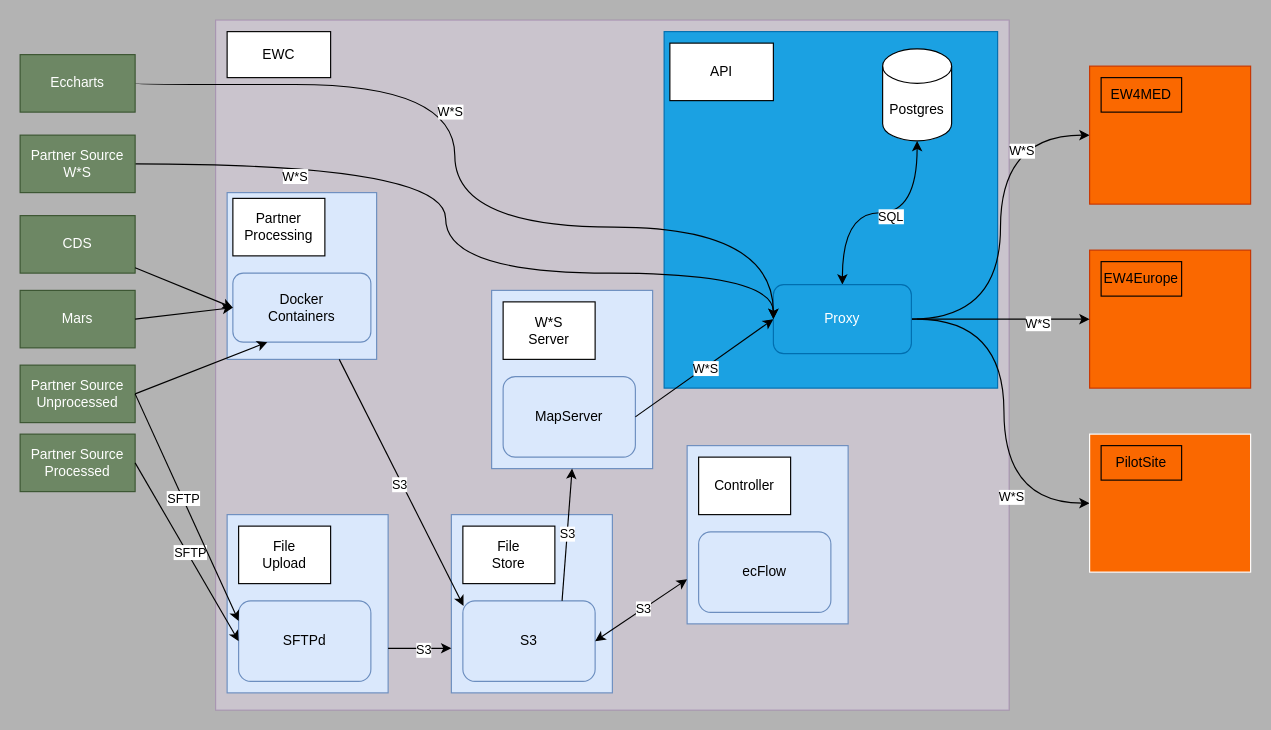
Earlier version of the draw.io diagram gobeyond-api-tech.drawio (ec-snee/draw-io). Source tidied: cells renumbered, new cells numbered last; positions are measured from the earlier drawing's top-left corner, leaving out a move shared by most shapes. Both pictures are drawn from the tidied source at 115%, with x=0, y=0 at pixel (20, 20).
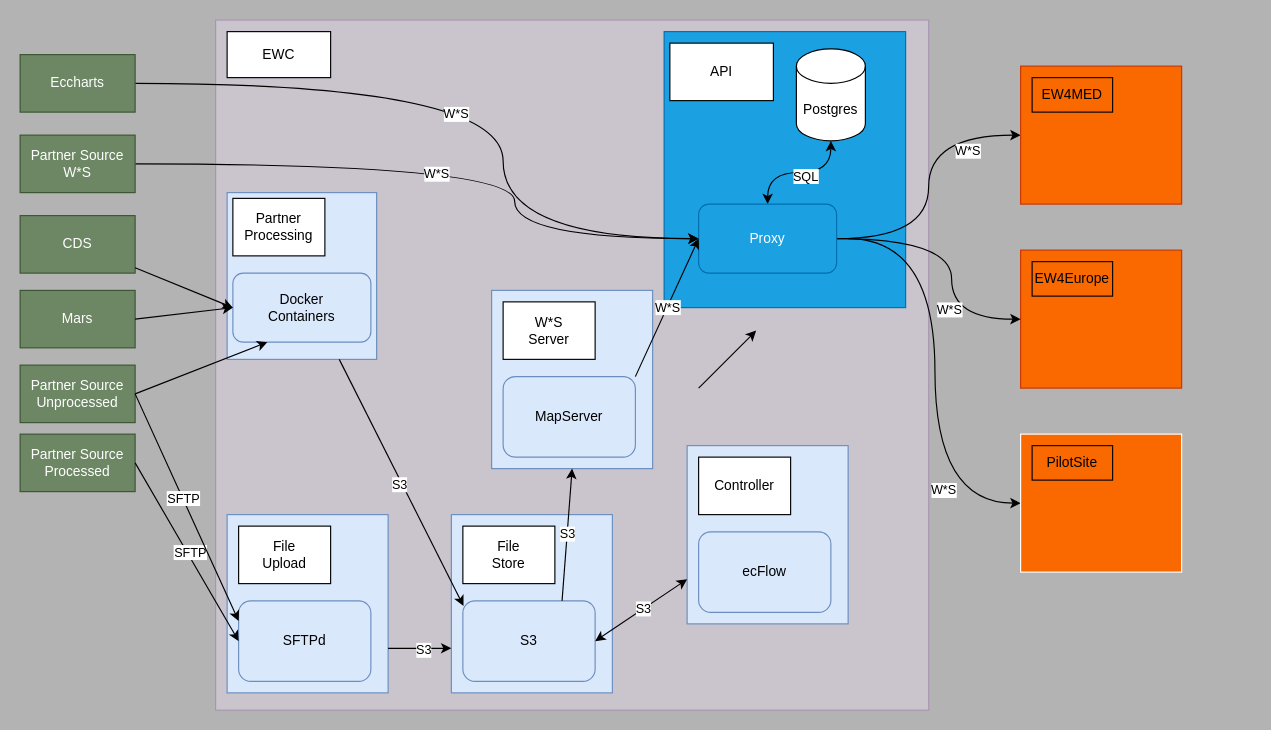
The same page after the edit.

Commit message:
Reduced width

The change refers to these unchanged cells:
```xml
<mxCell id="33" value="Partner Source&lt;br&gt;W*S" style="rounded=0;whiteSpace=wrap;html=1;fillColor=#6d8764;fontColor=#ffffff;strokeColor=#3A5431;" parent="1" vertex="1">
  <mxGeometry y="100" width="100" height="50" as="geometry" />
</mxCell>
<mxCell id="36" value="Eccharts" style="rounded=0;whiteSpace=wrap;html=1;fillColor=#6d8764;fontColor=#ffffff;strokeColor=#3A5431;" parent="1" vertex="1">
  <mxGeometry y="30" width="100" height="50" as="geometry" />
</mxCell>
<mxCell id="46" value="MapServer" style="rounded=1;whiteSpace=wrap;html=1;fillColor=#dae8fc;strokeColor=#6c8ebf;" parent="1" vertex="1">
  <mxGeometry x="420" y="310" width="115" height="70" as="geometry" />
</mxCell>
```

The edit, as a diff of the source:
```diff
@@
     <mxCell id="2" style="rounded=0;whiteSpace=wrap;html=1;fillColor=#e1d5e7;strokeColor=#9673a6;opacity=50;" parent="1" vertex="1">
-      <mxGeometry x="170" width="690" height="600" as="geometry" />
+      <mxGeometry x="170" width="620" height="600" as="geometry" />
     </mxCell>
@@
     <mxCell id="4" style="rounded=0;whiteSpace=wrap;html=1;fillColor=#1ba1e2;strokeColor=#006EAF;fontColor=#ffffff;" parent="1" vertex="1">
-      <mxGeometry x="560" y="10" width="290" height="310" as="geometry" />
+      <mxGeometry x="560" y="10" width="210" height="240" as="geometry" />
     </mxCell>
@@
     <mxCell id="8" style="rounded=0;whiteSpace=wrap;html=1;fillColor=#fa6800;fontColor=#000000;strokeColor=#C73500;" parent="1" vertex="1">
-      <mxGeometry x="930" y="40" width="140" height="120" as="geometry" />
+      <mxGeometry x="870" y="40" width="140" height="120" as="geometry" />
     </mxCell>
     <mxCell id="9" value="EW4MED" style="rounded=0;whiteSpace=wrap;html=1;fillColor=#fa6800;fontColor=#000000;strokeColor=#000000;" parent="1" vertex="1">
-      <mxGeometry x="940" y="50" width="70" height="30" as="geometry" />
+      <mxGeometry x="880" y="50" width="70" height="30" as="geometry" />
     </mxCell>
     <mxCell id="10" style="rounded=0;whiteSpace=wrap;html=1;fillColor=#fa6800;fontColor=#000000;strokeColor=#C73500;" parent="1" vertex="1">
-      <mxGeometry x="930" y="200" width="140" height="120" as="geometry" />
+      <mxGeometry x="870" y="200" width="140" height="120" as="geometry" />
     </mxCell>
     <mxCell id="11" value="EW4Europe" style="rounded=0;whiteSpace=wrap;html=1;fillColor=#fa6800;fontColor=#000000;strokeColor=#000000;" parent="1" vertex="1">
-      <mxGeometry x="940" y="210" width="70" height="30" as="geometry" />
+      <mxGeometry x="880" y="210" width="70" height="30" as="geometry" />
     </mxCell>
     <mxCell id="12" style="edgeStyle=orthogonalEdgeStyle;rounded=0;jettySize=auto;html=1;entryX=0;entryY=0.5;entryDx=0;entryDy=0;curved=1;" parent="1" edge="1" target="14">
       <mxGeometry relative="1" as="geometry">
-        <mxPoint x="780" y="260" as="sourcePoint" />
+        <mxPoint x="720" y="190" as="sourcePoint" />
       </mxGeometry>
     </mxCell>
@@
     <mxCell id="14" style="rounded=0;whiteSpace=wrap;html=1;fillColor=#fa6800;fontColor=#000000;strokeColor=#FFFFFF;" parent="1" vertex="1">
-      <mxGeometry x="930" y="360" width="140" height="120" as="geometry" />
+      <mxGeometry x="870" y="360" width="140" height="120" as="geometry" />
     </mxCell>
     <mxCell id="15" value="PilotSite" style="rounded=0;whiteSpace=wrap;html=1;fillColor=#fa6800;fontColor=#000000;strokeColor=#000000;" parent="1" vertex="1">
-      <mxGeometry x="940" y="370" width="70" height="30" as="geometry" />
+      <mxGeometry x="880" y="370" width="70" height="30" as="geometry" />
     </mxCell>
@@
     <mxCell id="18" style="edgeStyle=orthogonalEdgeStyle;rounded=1;jettySize=auto;html=1;exitX=1;exitY=0.5;exitDx=0;exitDy=0;entryX=0;entryY=0.5;entryDx=0;entryDy=0;curved=1;" parent="1" edge="1" source="20" target="10">
-      <mxGeometry relative="1" as="geometry" />
+      <mxGeometry relative="1" as="geometry">
+        <Array as="points">
+          <mxPoint x="810" y="190" />
+          <mxPoint x="810" y="260" />
+        </Array>
+      </mxGeometry>
     </mxCell>
@@
     <mxCell id="20" value="Proxy" style="rounded=1;whiteSpace=wrap;html=1;fillColor=#1ba1e2;fontColor=#ffffff;strokeColor=#006EAF;" parent="1" vertex="1">
-      <mxGeometry x="655" y="230" width="120" height="60" as="geometry" />
+      <mxGeometry x="590" y="160" width="120" height="60" as="geometry" />
     </mxCell>
@@
-    <mxCell id="31" style="edgeStyle=orthogonalEdgeStyle;rounded=0;jettySize=auto;html=1;exitX=1;exitY=0.5;exitDx=0;exitDy=0;curved=1;entryX=0;entryY=0.5;entryDx=0;entryDy=0;" parent="1" edge="1" source="33" target="20">
-      <mxGeometry relative="1" as="geometry">
-        <Array as="points">
-          <mxPoint x="370" y="125" />
-          <mxPoint x="370" y="220" />
-          <mxPoint x="655" y="220" />
-        </Array>
-      </mxGeometry>
-    </mxCell>
-    <mxCell id="32" value="W*S" style="edgeLabel;html=1;align=center;verticalAlign=middle;" parent="31" vertex="1">
-      <mxGeometry x="-0.6" y="-10" relative="1" as="geometry" />
-    </mxCell>
+    <mxCell id="64" style="edgeStyle=orthogonalEdgeStyle;rounded=0;jettySize=auto;html=1;exitX=1;exitY=0.5;exitDx=0;exitDy=0;curved=1;" parent="1" edge="1" source="33">
+      <mxGeometry relative="1" as="geometry">
+        <mxPoint x="590" y="190" as="targetPoint" />
+        <Array as="points">
+          <mxPoint x="430" y="125" />
+          <mxPoint x="430" y="190" />
+        </Array>
+      </mxGeometry>
+    </mxCell>
+    <mxCell id="65" value="W*S" style="edgeLabel;html=1;align=center;verticalAlign=middle;" parent="64" vertex="1">
+      <mxGeometry x="-0.06" y="-8" relative="1" as="geometry" />
+    </mxCell>
@@
-    <mxCell id="34" style="edgeStyle=orthogonalEdgeStyle;rounded=0;jettySize=auto;html=1;exitX=1;exitY=0.5;exitDx=0;exitDy=0;curved=1;entryX=0;entryY=0.5;entryDx=0;entryDy=0;" parent="1" edge="1" target="20">
-      <mxGeometry relative="1" as="geometry">
-        <mxPoint x="100" y="55" as="sourcePoint" />
-        <Array as="points">
-          <mxPoint x="100" y="56" />
-          <mxPoint x="378" y="56" />
-          <mxPoint x="378" y="180" />
-          <mxPoint x="655" y="180" />
-        </Array>
-      </mxGeometry>
-    </mxCell>
-    <mxCell id="35" value="W*S" style="edgeLabel;html=1;align=center;verticalAlign=middle;" parent="34" vertex="1">
-      <mxGeometry x="-0.28" y="-23" relative="1" as="geometry" />
-    </mxCell>
+    <mxCell id="66" style="edgeStyle=orthogonalEdgeStyle;rounded=0;jettySize=auto;html=1;exitX=1;exitY=0.5;exitDx=0;exitDy=0;entryX=0;entryY=0.5;entryDx=0;entryDy=0;curved=1;" parent="1" edge="1" source="36" target="20">
+      <mxGeometry relative="1" as="geometry">
+        <Array as="points">
+          <mxPoint x="420" y="55" />
+          <mxPoint x="420" y="190" />
+        </Array>
+      </mxGeometry>
+    </mxCell>
+    <mxCell id="67" value="W*S" style="edgeLabel;html=1;align=center;verticalAlign=middle;" parent="66" vertex="1">
+      <mxGeometry x="-0.11" y="-25" relative="1" as="geometry">
+        <mxPoint y="1" as="offset" />
+      </mxGeometry>
+    </mxCell>
@@
-    <mxCell id="53" style="endArrow=classic;html=1;rounded=0;entryX=0;entryY=0.5;entryDx=0;entryDy=0;exitX=1;exitY=0.5;exitDx=0;exitDy=0;" parent="1" edge="1" source="46" target="20">
+    <mxCell id="53" style="endArrow=classic;html=1;rounded=0;entryX=0;entryY=0.5;entryDx=0;entryDy=0;exitX=1;exitY=0;exitDx=0;exitDy=0;" parent="1" edge="1" source="46" target="20">
       <mxGeometry relative="1" as="geometry" />
     </mxCell>
@@
     <mxCell id="63" value="Postgres" style="shape=cylinder3;whiteSpace=wrap;html=1;boundedLbl=1;backgroundOutline=1;size=15;" parent="1" vertex="1">
-      <mxGeometry x="750" y="25" width="60" height="80" as="geometry" />
+      <mxGeometry x="675" y="25" width="60" height="80" as="geometry" />
     </mxCell>
+    <mxCell id="68" style="endArrow=classic;html=1;rounded=0;" parent="1" edge="1">
+      <mxGeometry relative="1" as="geometry">
+        <mxPoint x="590" y="320" as="sourcePoint" />
+        <mxPoint x="640" y="270" as="targetPoint" />
+      </mxGeometry>
+    </mxCell>
```
